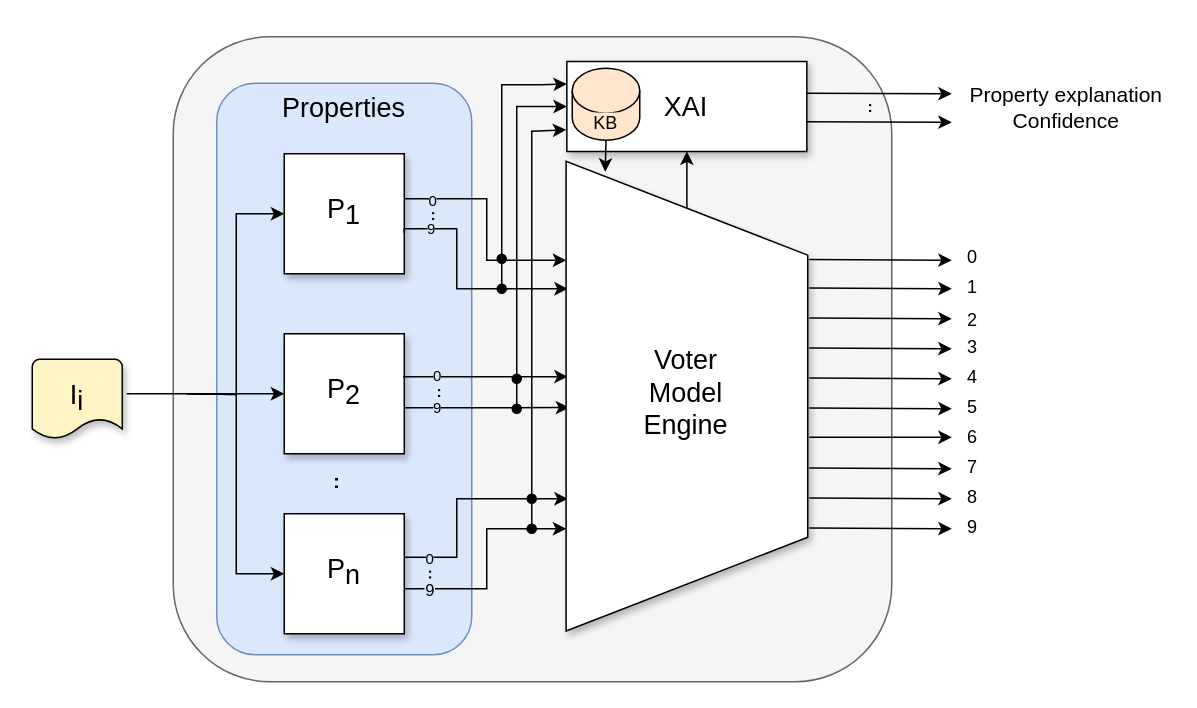
Before: diagrams/voting_prop_nn_2.drawio in paulwhitten/2021-naecon-xai_methdology_for_handwritten_applications, a draw.io diagram. Source tidied: cells renumbered, new cells numbered last; positions are measured from the earlier drawing's top-left corner, leaving out a move shared by most shapes. Both pictures are drawn from the tidied source at 150%, with x=0, y=0 at pixel (32, 36).
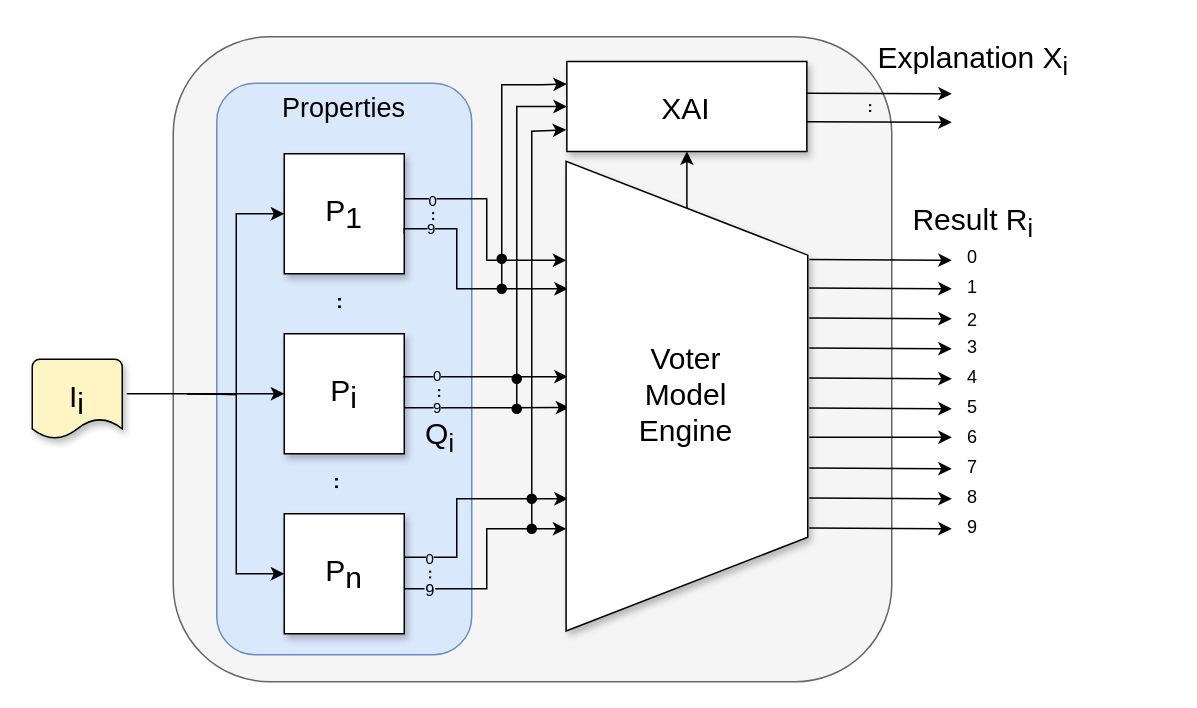
The same page after the edit.

The edit, as a diff of the source:
```diff
@@
-    <mxCell id="6" value="&lt;span style=&quot;font-size: 18px&quot;&gt;P&lt;sub style=&quot;font-size: 18px&quot;&gt;1&lt;/sub&gt;&lt;br style=&quot;font-size: 18px&quot;&gt;&lt;/span&gt;" style="whiteSpace=wrap;html=1;fontSize=18;shadow=1;" parent="1" vertex="1">
+    <mxCell id="6" value="&lt;span style=&quot;font-size: 20px;&quot;&gt;P&lt;sub style=&quot;font-size: 20px;&quot;&gt;1&lt;/sub&gt;&lt;br style=&quot;font-size: 20px;&quot;&gt;&lt;/span&gt;" style="whiteSpace=wrap;html=1;fontSize=20;shadow=1;" parent="1" vertex="1">
       <mxGeometry x="168" y="78" width="80" height="80" as="geometry" />
     </mxCell>
-    <mxCell id="7" value="P&lt;sub style=&quot;font-size: 18px&quot;&gt;2&lt;br&gt;&lt;/sub&gt;" style="whiteSpace=wrap;html=1;fontSize=18;shadow=1;" parent="1" vertex="1">
+    <mxCell id="7" value="P&lt;sub style=&quot;font-size: 20px;&quot;&gt;i&lt;br style=&quot;font-size: 20px;&quot;&gt;&lt;/sub&gt;" style="whiteSpace=wrap;html=1;fontSize=20;shadow=1;" parent="1" vertex="1">
       <mxGeometry x="168" y="198" width="80" height="80" as="geometry" />
     </mxCell>
-    <mxCell id="8" value="&lt;span style=&quot;font-size: 18px&quot;&gt;P&lt;sub style=&quot;font-size: 18px&quot;&gt;n&lt;/sub&gt;&lt;br style=&quot;font-size: 18px&quot;&gt;&lt;/span&gt;" style="whiteSpace=wrap;html=1;fontSize=18;shadow=1;" parent="1" vertex="1">
+    <mxCell id="8" value="&lt;span style=&quot;font-size: 20px;&quot;&gt;P&lt;sub style=&quot;font-size: 20px;&quot;&gt;n&lt;/sub&gt;&lt;br style=&quot;font-size: 20px;&quot;&gt;&lt;/span&gt;" style="whiteSpace=wrap;html=1;fontSize=20;shadow=1;" parent="1" vertex="1">
       <mxGeometry x="168" y="318" width="80" height="80" as="geometry" />
     </mxCell>
@@
-    <mxCell id="22" value="XAI" style="rounded=0;whiteSpace=wrap;html=1;fontSize=18;shadow=1;" parent="1" vertex="1">
+    <mxCell id="22" value="XAI" style="rounded=0;whiteSpace=wrap;html=1;fontSize=20;shadow=1;" parent="1" vertex="1">
       <mxGeometry x="356.4" y="16.5" width="160" height="60" as="geometry" />
     </mxCell>
@@
-    <mxCell id="45" value="Property explanation&lt;br style=&quot;font-size: 14px&quot;&gt;Confidence" style="text;html=1;strokeColor=none;fillColor=none;align=center;verticalAlign=middle;whiteSpace=wrap;rounded=0;fontSize=14;" parent="1" vertex="1">
-      <mxGeometry x="620" y="24" width="139" height="45" as="geometry" />
+    <mxCell id="45" value="Explanation X&lt;sub&gt;i&lt;/sub&gt;" style="text;html=1;strokeColor=none;fillColor=none;align=center;verticalAlign=middle;whiteSpace=wrap;rounded=0;fontSize=20;" parent="1" vertex="1">
+      <mxGeometry x="557.5" y="-7" width="139" height="45" as="geometry" />
     </mxCell>
@@
-    <mxCell id="60" value="&lt;font style=&quot;font-size: 18px&quot;&gt;Voter&lt;br&gt;Model&lt;br&gt;Engine&lt;/font&gt;" style="text;html=1;strokeColor=none;fillColor=none;align=center;verticalAlign=middle;whiteSpace=wrap;rounded=0;shadow=1;labelBackgroundColor=none;" parent="1" vertex="1">
+    <mxCell id="60" value="&lt;font style=&quot;font-size: 20px;&quot;&gt;Voter&lt;br style=&quot;font-size: 20px;&quot;&gt;Model&lt;br style=&quot;font-size: 20px;&quot;&gt;Engine&lt;/font&gt;" style="text;html=1;strokeColor=none;fillColor=none;align=center;verticalAlign=middle;whiteSpace=wrap;rounded=0;shadow=1;labelBackgroundColor=none;fontSize=20;" parent="1" vertex="1">
       <mxGeometry x="416.4" y="228" width="40" height="20" as="geometry" />
     </mxCell>
-    <mxCell id="61" value="I&lt;sub style=&quot;font-size: 18px;&quot;&gt;i&lt;/sub&gt;" style="strokeWidth=1;html=1;shape=mxgraph.flowchart.document2;whiteSpace=wrap;size=0.25;shadow=1;labelBackgroundColor=#FFF4C3;fontSize=18;fillColor=#FFF4C3;" parent="1" vertex="1">
+    <mxCell id="61" value="I&lt;sub style=&quot;font-size: 20px;&quot;&gt;i&lt;/sub&gt;" style="strokeWidth=1;html=1;shape=mxgraph.flowchart.document2;whiteSpace=wrap;size=0.25;shadow=1;labelBackgroundColor=#FFF4C3;fontSize=20;fillColor=#FFF4C3;" parent="1" vertex="1">
       <mxGeometry y="215" width="60" height="53" as="geometry" />
     </mxCell>
-    <mxCell id="62" value="KB" style="shape=cylinder3;whiteSpace=wrap;html=1;boundedLbl=1;backgroundOutline=1;size=15;labelBackgroundColor=#FFE6CC;strokeWidth=1;fillColor=#FFE6CC;" parent="1" vertex="1">
-      <mxGeometry x="360" y="21" width="45" height="48" as="geometry" />
-    </mxCell>
-    <mxCell id="63" style="endArrow=classic;html=1;shadow=0;strokeColor=#000000;fontSize=10;entryX=0.978;entryY=0.838;entryDx=0;entryDy=0;exitX=0.5;exitY=1;exitDx=0;exitDy=0;exitPerimeter=0;entryPerimeter=0;" parent="1" edge="1">
-      <mxGeometry relative="1" as="geometry">
-        <mxPoint x="382.5" y="69" as="sourcePoint" />
-        <mxPoint x="382" y="90" as="targetPoint" />
-      </mxGeometry>
-    </mxCell>
+    <mxCell id="64" value=".." style="text;html=1;strokeColor=none;fillColor=none;align=center;verticalAlign=middle;whiteSpace=wrap;rounded=0;fontSize=18;rotation=90;" parent="1" vertex="1">
+      <mxGeometry x="200" y="168" width="20" height="20" as="geometry" />
+    </mxCell>
+    <mxCell id="65" value="Q&lt;sub&gt;i&lt;/sub&gt;" style="text;html=1;strokeColor=none;fillColor=none;align=center;verticalAlign=middle;whiteSpace=wrap;rounded=0;fontSize=20;" parent="1" vertex="1">
+      <mxGeometry x="252" y="257" width="40" height="20" as="geometry" />
+    </mxCell>
+    <mxCell id="66" value="Result R&lt;sub&gt;i&lt;/sub&gt;" style="text;html=1;strokeColor=none;fillColor=none;align=center;verticalAlign=middle;whiteSpace=wrap;rounded=0;fontSize=20;" parent="1" vertex="1">
+      <mxGeometry x="580.5" y="114" width="93" height="20" as="geometry" />
+    </mxCell>
```
